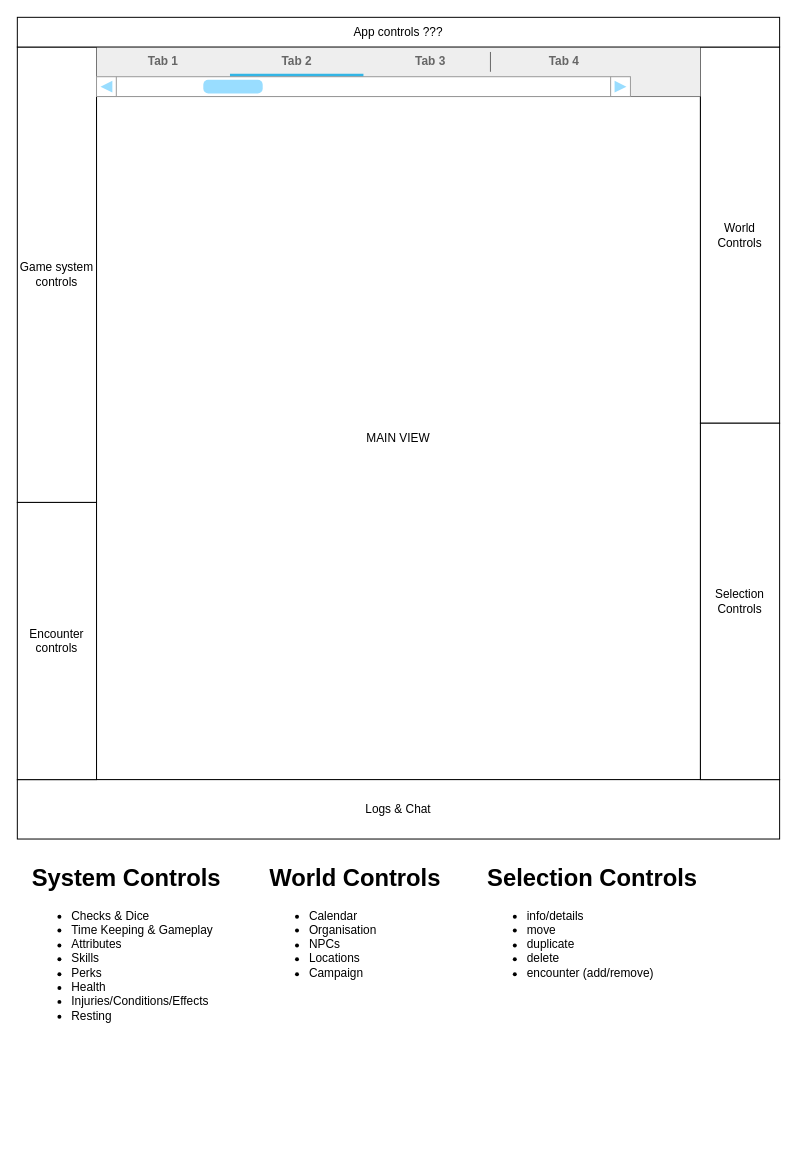
ttetrafon/system-intelligence-manager keeps this draw.io diagram as system-intelligence-native.drawio. Above is the earlier version. Source tidied: cells renumbered, new cells numbered last; positions are measured from the earlier drawing's top-left corner, leaving out a move shared by most shapes. Both pictures are drawn from the tidied source at 99%, with x=0, y=0 at pixel (17, 17).
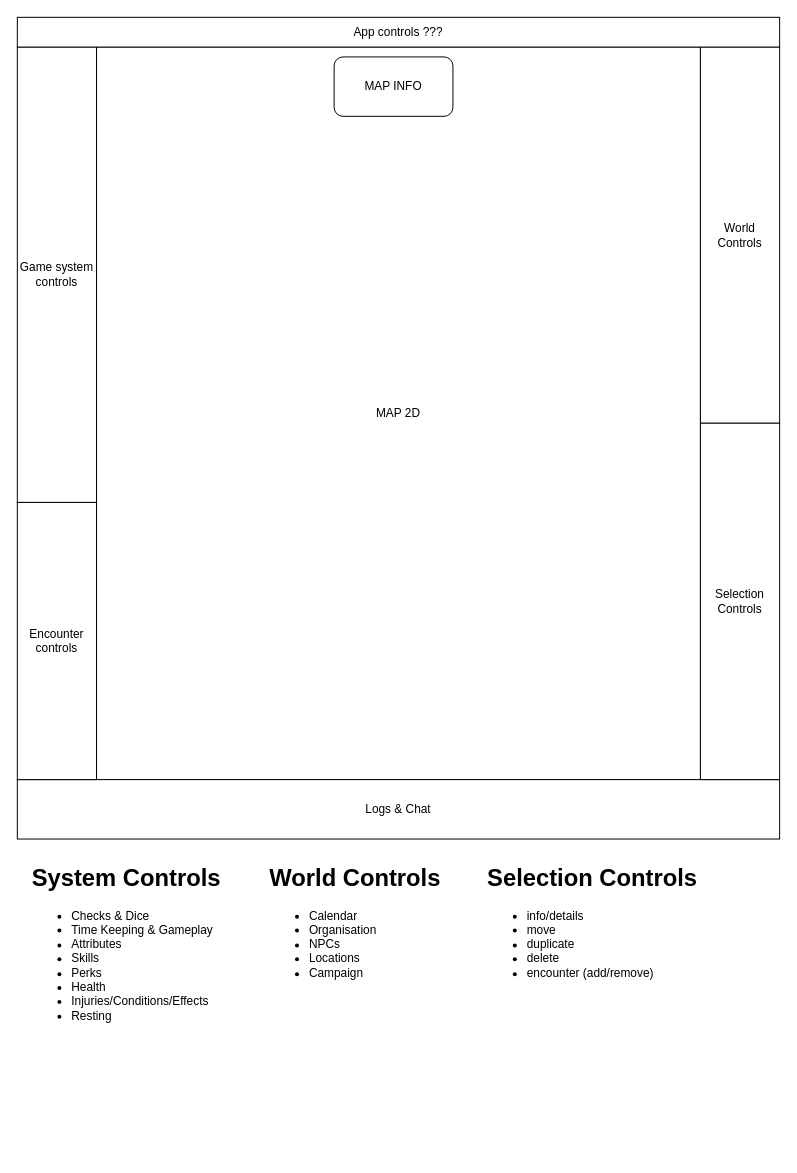
The same diagram, later.

What changed in the source:
```diff
@@
 <mxGraphModel>
   <root>
     <mxCell id="0" />
     <mxCell id="1" parent="0" />
-    <mxCell id="2" value="&lt;div&gt;MAIN VIEW&lt;br&gt;&lt;/div&gt;" style="rounded=0;whiteSpace=wrap;html=1;" parent="1" vertex="1">
-      <mxGeometry x="80" y="80" width="610" height="690" as="geometry" />
+    <mxCell id="2" value="MAP 2D" style="rounded=0;whiteSpace=wrap;html=1;" parent="1" vertex="1">
+      <mxGeometry x="80" y="30" width="610" height="740" as="geometry" />
     </mxCell>
     <mxCell id="3" value="&lt;div align=&quot;center&quot;&gt;Game system controls&lt;/div&gt;" style="rounded=0;whiteSpace=wrap;html=1;align=center;" parent="1" vertex="1">
       <mxGeometry y="30" width="80" height="460" as="geometry" />
     </mxCell>
     <mxCell id="4" value="&lt;div&gt;World Controls&lt;/div&gt;" style="rounded=0;whiteSpace=wrap;html=1;" parent="1" vertex="1">
       <mxGeometry x="690" y="30" width="80" height="380" as="geometry" />
     </mxCell>
     <mxCell id="5" value="Logs &amp;amp; Chat" style="rounded=0;whiteSpace=wrap;html=1;" parent="1" vertex="1">
       <mxGeometry y="770" width="770" height="60" as="geometry" />
     </mxCell>
     <mxCell id="6" value="Selection Controls" style="rounded=0;whiteSpace=wrap;html=1;" parent="1" vertex="1">
       <mxGeometry x="690" y="410" width="80" height="360" as="geometry" />
     </mxCell>
     <mxCell id="7" value="Encounter controls" style="rounded=0;whiteSpace=wrap;html=1;" parent="1" vertex="1">
       <mxGeometry y="490" width="80" height="280" as="geometry" />
     </mxCell>
     <mxCell id="8" value="&lt;h1&gt;System Controls&lt;br&gt;&lt;/h1&gt;&lt;ul&gt;&lt;li&gt;Checks &amp;amp; Dice&lt;/li&gt;&lt;li&gt;Time Keeping &amp;amp; Gameplay&lt;/li&gt;&lt;li&gt;Attributes&lt;/li&gt;&lt;li&gt;Skills&lt;/li&gt;&lt;li&gt;Perks&lt;/li&gt;&lt;li&gt;Health&lt;/li&gt;&lt;li&gt;Injuries/Conditions/Effects&lt;/li&gt;&lt;li&gt;Resting&lt;br&gt;&lt;/li&gt;&lt;/ul&gt;" style="text;html=1;strokeColor=none;fillColor=none;spacing=5;spacingTop=-20;whiteSpace=wrap;overflow=hidden;rounded=0;" parent="1" vertex="1">
       <mxGeometry x="10" y="850" width="210" height="300" as="geometry" />
     </mxCell>
     <mxCell id="9" value="&lt;h1&gt;World Controls&lt;br&gt;&lt;/h1&gt;&lt;ul&gt;&lt;li&gt;Calendar&lt;br&gt;&lt;/li&gt;&lt;li&gt;Organisation&lt;br&gt;&lt;/li&gt;&lt;li&gt;NPCs&lt;/li&gt;&lt;li&gt;Locations&lt;/li&gt;&lt;li&gt;Campaign&lt;br&gt;&lt;/li&gt;&lt;/ul&gt;" style="text;html=1;strokeColor=none;fillColor=none;spacing=5;spacingTop=-20;whiteSpace=wrap;overflow=hidden;rounded=0;" parent="1" vertex="1">
       <mxGeometry x="250" y="850" width="210" height="300" as="geometry" />
     </mxCell>
     <mxCell id="10" value="&lt;h1&gt;Selection Controls&lt;br&gt;&lt;/h1&gt;&lt;ul&gt;&lt;li&gt;info/details&lt;br&gt;&lt;/li&gt;&lt;li&gt;move&lt;/li&gt;&lt;li&gt;duplicate&lt;br&gt;&lt;/li&gt;&lt;li&gt;delete&lt;/li&gt;&lt;li&gt;encounter (add/remove)&lt;br&gt;&lt;/li&gt;&lt;/ul&gt;" style="text;html=1;strokeColor=none;fillColor=none;spacing=5;spacingTop=-20;whiteSpace=wrap;overflow=hidden;rounded=0;" parent="1" vertex="1">
       <mxGeometry x="470" y="850" width="230" height="300" as="geometry" />
     </mxCell>
-    <mxCell id="11" style="strokeWidth=1;html=1;shadow=0;dashed=0;shape=mxgraph.android.rrect;rSize=0;fillColor=#eeeeee;strokeColor=none;" parent="1" vertex="1">
-      <mxGeometry x="80" y="30" width="610" height="50" as="geometry" />
-    </mxCell>
-    <mxCell id="12" value="Tab 1" style="strokeWidth=1;html=1;shadow=0;dashed=0;shape=mxgraph.android.anchor;fontStyle=1;fontColor=#666666;" parent="11" vertex="1">
-      <mxGeometry width="134.8" height="30" as="geometry" />
-    </mxCell>
-    <mxCell id="13" value="Tab 2" style="strokeWidth=1;html=1;shadow=0;dashed=0;shape=mxgraph.android.rrect;rSize=0;fontStyle=1;fillColor=none;strokeColor=none;fontColor=#666666;" parent="11" vertex="1">
-      <mxGeometry x="134.8" width="134.8" height="30" as="geometry" />
-    </mxCell>
-    <mxCell id="14" style="strokeWidth=1;html=1;shadow=0;dashed=0;shape=mxgraph.android.rrect;rSize=0;fillColor=#33b5e5;strokeColor=none;" parent="13" vertex="1">
-      <mxGeometry y="27" width="134.8" height="3" as="geometry" />
-    </mxCell>
-    <mxCell id="15" value="Tab 3" style="strokeWidth=1;html=1;shadow=0;dashed=0;shape=mxgraph.android.anchor;fontStyle=1;fontColor=#666666;" parent="11" vertex="1">
-      <mxGeometry x="269.6" width="134.8" height="30" as="geometry" />
-    </mxCell>
-    <mxCell id="16" value="Tab 4" style="strokeWidth=1;html=1;shadow=0;dashed=0;shape=mxgraph.android.anchor;fontStyle=1;fontColor=#666666;" parent="11" vertex="1">
-      <mxGeometry x="404.5" width="134.8" height="30" as="geometry" />
-    </mxCell>
-    <mxCell id="17" style="shape=line;strokeColor=#666666;direction=south;" parent="11" vertex="1">
-      <mxGeometry x="383.3" y="5" width="29.2" height="20" as="geometry" />
-    </mxCell>
-    <mxCell id="18" style="verticalLabelPosition=bottom;shadow=0;dashed=0;align=center;html=1;verticalAlign=top;strokeWidth=1;shape=mxgraph.mockup.navigation.scrollBar;strokeColor=#999999;barPos=20;fillColor2=#99ddff;strokeColor2=none;" parent="11" vertex="1">
-      <mxGeometry y="30" width="539.3" height="20" as="geometry" />
-    </mxCell>
     <mxCell id="19" value="App controls ???" style="rounded=0;whiteSpace=wrap;html=1;" parent="1" vertex="1">
       <mxGeometry width="770" height="30" as="geometry" />
     </mxCell>
+    <mxCell id="20" value="MAP INFO" style="rounded=1;whiteSpace=wrap;html=1;" parent="1" vertex="1">
+      <mxGeometry x="320" y="40" width="120" height="60" as="geometry" />
+    </mxCell>
   </root>
 </mxGraphModel>
```
